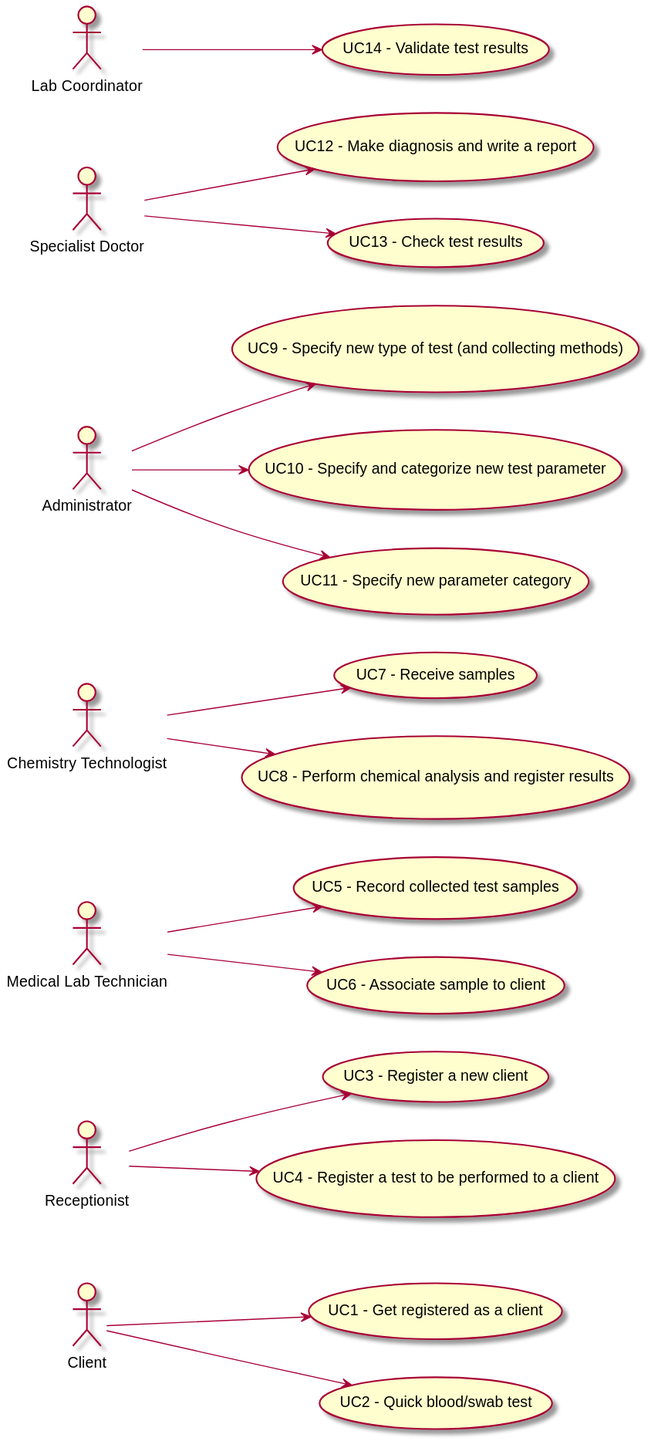
0franciscor/lei-21-s2-1de-g19 keeps this PlantUML diagram as docs/SprintA/UCD.svg. Above is the earlier version.
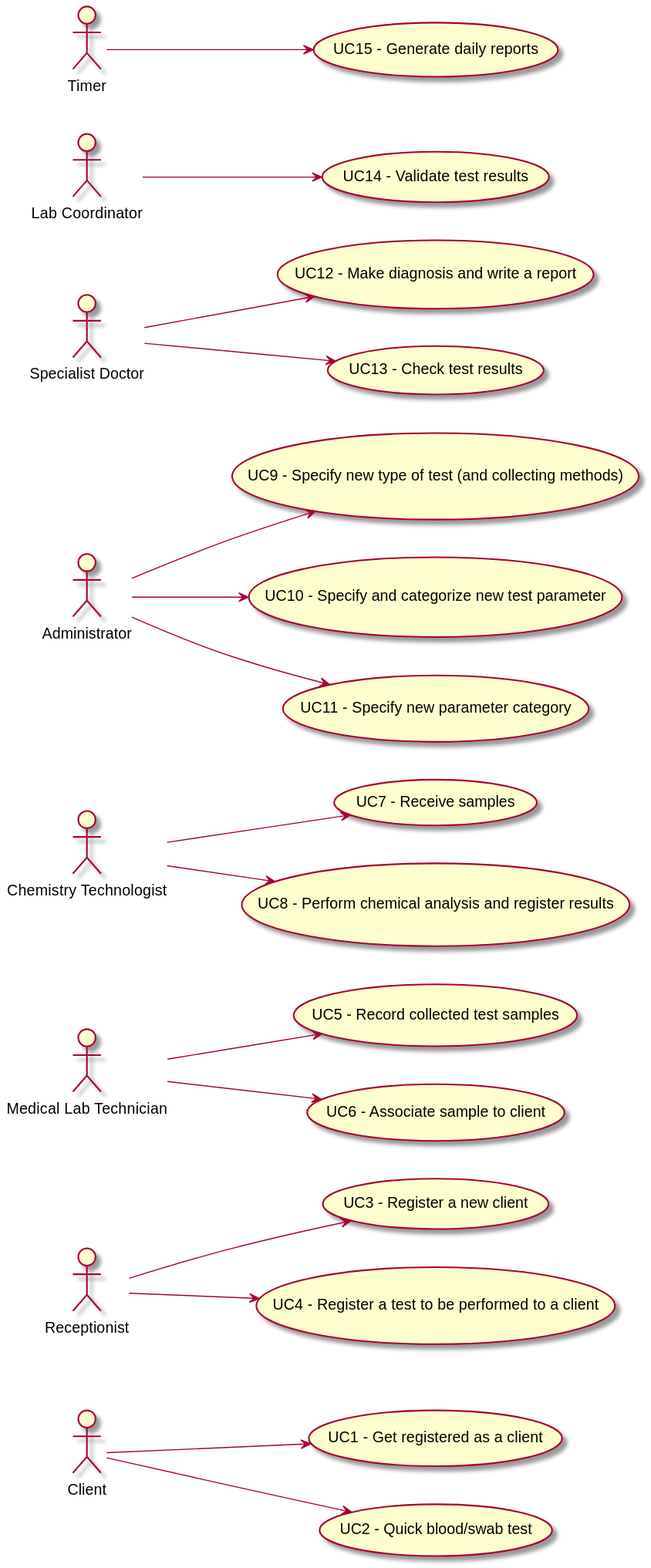
Above is the later version.

Commit message:
Correção do local do UCD.svg

Change to the diagram source:
```diff
@@ -14,6 +14,7 @@
 usecase UC12 as "UC12 - Make diagnosis and write a report"
 usecase UC13 as "UC13 - Check test results"
 usecase UC14 as "UC14 - Validate test results"
+usecase UC15 as "UC15 - Generate daily reports"
 
 
 actor "Client" as C
@@ -23,6 +24,7 @@
 actor "Specialist Doctor" as SD
 actor "Lab Coordinator" as LC
 actor "Administrator" as ADM
+actor "Timer" as TM
 
 
 left to right direction
@@ -48,6 +50,6 @@
 
 LC--> (UC14)
 
-
+TM --> (UC15)
 
 @enduml
```
